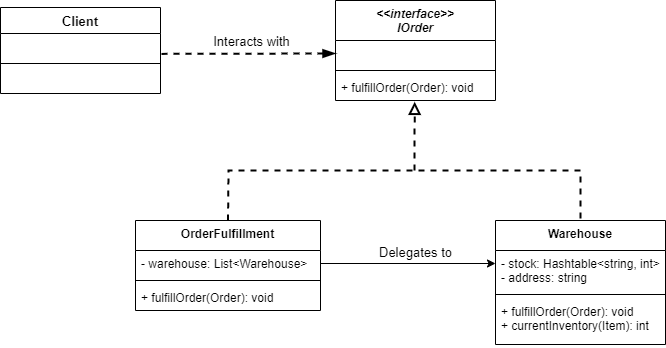
Before: Design Patterns/Structural/Proxy (Warehouse) Class Diagram.png, a diagram exported from draw.io (smitbmx/Architecture-Diagrams). Source tidied: cells renumbered, new cells last; positions are measured from the earlier drawing's top-left corner, leaving out a move shared by most shapes.
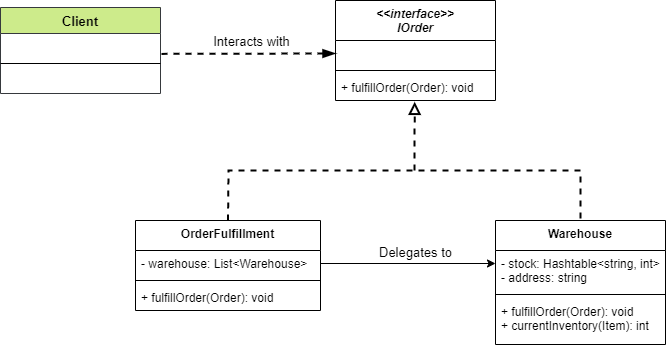
After the commit.

What changed in the source:
```diff
@@ -62,7 +62,7 @@
         <mxPoint x="414" y="170" as="sourcePoint" />
       </mxGeometry>
     </mxCell>
-    <mxCell id="18" value="Client" style="swimlane;fontStyle=1;align=center;verticalAlign=top;horizontal=1;startSize=26;fontSize=13;" parent="1" vertex="1">
+    <mxCell id="18" value="Client" style="swimlane;fontStyle=1;align=center;verticalAlign=top;horizontal=1;startSize=26;fontSize=13;fillColor=#cdeb8b;strokeColor=#36393d;" parent="1" vertex="1">
       <mxGeometry y="7" width="160" height="86" as="geometry" />
     </mxCell>
     <mxCell id="19" value=" " style="text;strokeColor=none;fillColor=none;align=left;verticalAlign=top;spacingLeft=4;spacingRight=4;overflow=hidden;points=[[0,0.5],[1,0.5]];portConstraint=eastwest;" parent="18" vertex="1">
```
